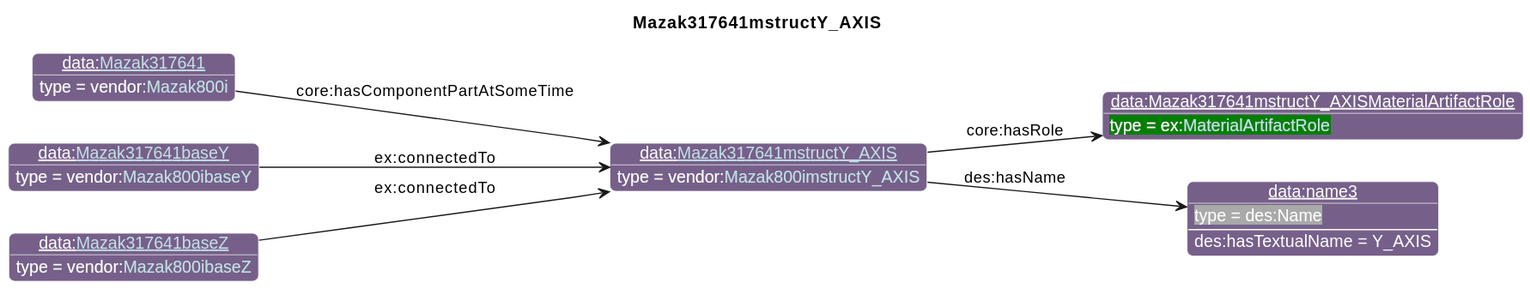
Above: diagrams/Mazak317641mstructY_AXIS.svg in iofoundry/example-syseng-mtconnect (PlantUML), before the change.
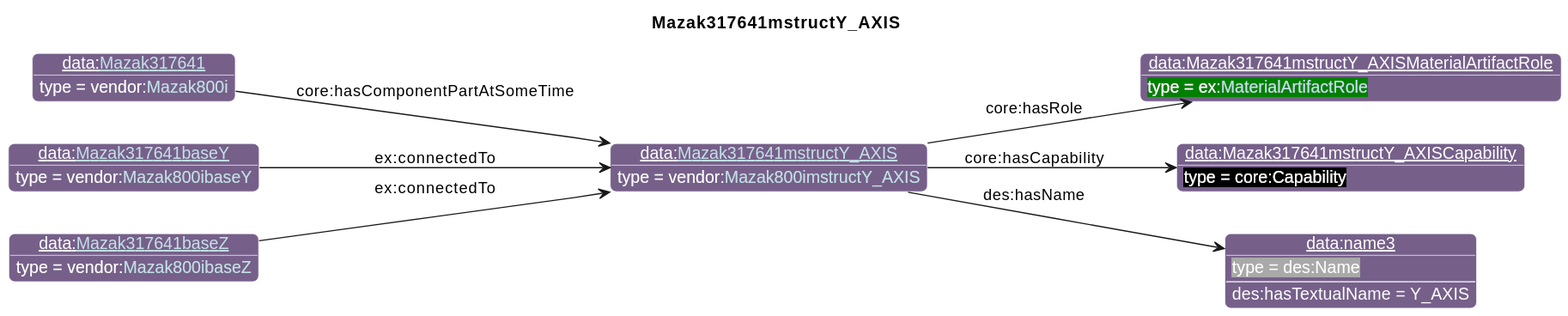
The same diagram one commit later.

What changed in the source:
```diff
@@ -27,14 +27,16 @@
       }
 individual(o0, data:[[./Mazak317641mstructY_AXIS.html Mazak317641mstructY_AXIS]], vendor:[[../Mazak.html#Mazak800imstructY_AXIS Mazak800imstructY_AXIS]])
 individual(o1, data:Mazak317641mstructY_AXISMaterialArtifactRole, ex:[[../Example.html#MaterialArtifactRole MaterialArtifactRole]])
-individual(o2, data:name3, des:Name)
-individual(o3, data:[[./Mazak317641.html Mazak317641]], vendor:[[../Mazak.html#Mazak800i Mazak800i]])
-individual(o4, data:[[./Mazak317641baseY.html Mazak317641baseY]], vendor:[[../Mazak.html#Mazak800ibaseY Mazak800ibaseY]])
-individual(o5, data:[[./Mazak317641baseZ.html Mazak317641baseZ]], vendor:[[../Mazak.html#Mazak800ibaseZ Mazak800ibaseZ]])
+individual(o2, data:Mazak317641mstructY_AXISCapability, core:Capability)
+individual(o3, data:name3, des:Name)
+individual(o4, data:[[./Mazak317641.html Mazak317641]], vendor:[[../Mazak.html#Mazak800i Mazak800i]])
+individual(o5, data:[[./Mazak317641baseY.html Mazak317641baseY]], vendor:[[../Mazak.html#Mazak800ibaseY Mazak800ibaseY]])
+individual(o6, data:[[./Mazak317641baseZ.html Mazak317641baseZ]], vendor:[[../Mazak.html#Mazak800ibaseZ Mazak800ibaseZ]])
 property(o0, "core:hasRole", o1)
-property(o0, "des:hasName", o2)
-data(o2, "des:hasTextualName", "Y_AXIS")
-property(o3, "core:hasComponentPartAtSomeTime", o0)
-property(o4, "ex:connectedTo", o0)
+property(o0, "core:hasCapability", o2)
+property(o0, "des:hasName", o3)
+data(o3, "des:hasTextualName", "Y_AXIS")
+property(o4, "core:hasComponentPartAtSomeTime", o0)
 property(o5, "ex:connectedTo", o0)
+property(o6, "ex:connectedTo", o0)
 @enduml
```
